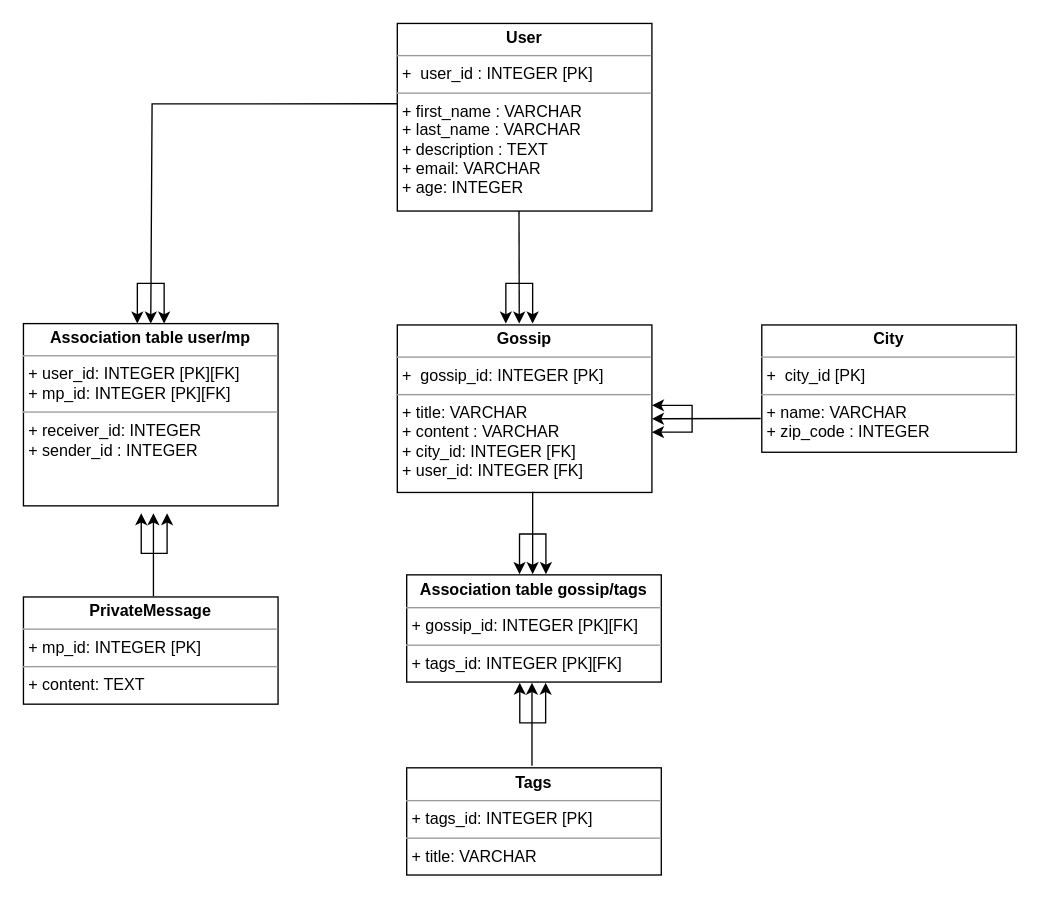
Before: page "GossipProject" (3 of 4) of BDD-Relationnelles.drawio in jocelyn-ep/S4-J4-SQL-Modelisation_database, a draw.io diagram. Source tidied: cells renumbered, new cells numbered last; positions are measured from the earlier drawing's top-left corner, leaving out a move shared by most shapes. Both pictures are drawn from the tidied source at 134%, with x=0, y=0 at pixel (23, 23).
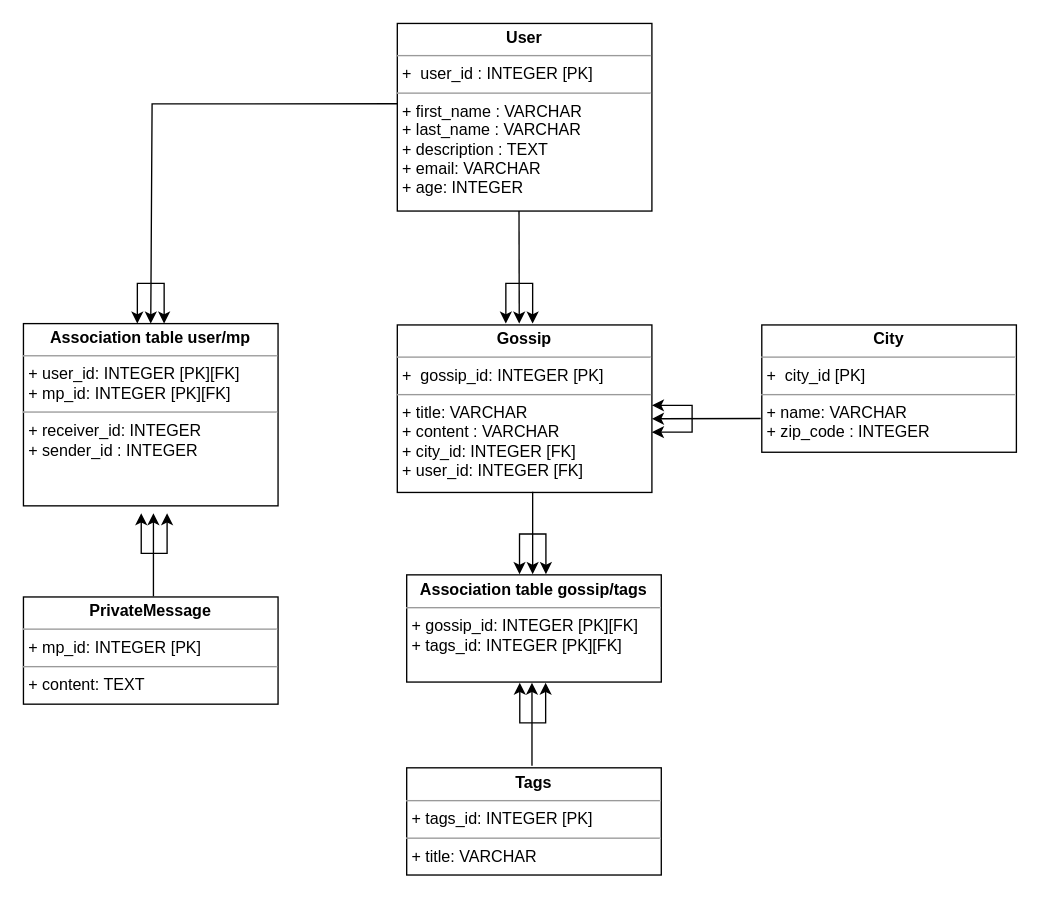
After the change.

Diff of the diagram source:
```diff
@@
-    <mxCell id="22" value="&lt;p style=&quot;margin:0px;margin-top:4px;text-align:center;&quot;&gt;&lt;b&gt;Association table gossip/tags&lt;/b&gt;&lt;/p&gt;&lt;hr size=&quot;1&quot;&gt;&lt;p style=&quot;margin:0px;margin-left:4px;&quot;&gt;+ gossip_id: INTEGER [PK][FK]&lt;br&gt;&lt;/p&gt;&lt;hr size=&quot;1&quot;&gt;&lt;p style=&quot;margin:0px;margin-left:4px;&quot;&gt;+ tags_id: INTEGER [PK][FK]&lt;/p&gt;" style="verticalAlign=top;align=left;overflow=fill;fontSize=12;fontFamily=Helvetica;html=1;rounded=0;shadow=0;comic=0;labelBackgroundColor=none;strokeWidth=1;" parent="1" vertex="1">
+    <mxCell id="22" value="&lt;p style=&quot;margin:0px;margin-top:4px;text-align:center;&quot;&gt;&lt;b&gt;Association table gossip/tags&lt;/b&gt;&lt;/p&gt;&lt;hr size=&quot;1&quot;&gt;&lt;p style=&quot;margin:0px;margin-left:4px;&quot;&gt;+ gossip_id: INTEGER [PK][FK]&lt;br&gt;&lt;/p&gt;&lt;p style=&quot;margin:0px;margin-left:4px;&quot;&gt;+ tags_id: INTEGER [PK][FK]&lt;/p&gt;" style="verticalAlign=top;align=left;overflow=fill;fontSize=12;fontFamily=Helvetica;html=1;rounded=0;shadow=0;comic=0;labelBackgroundColor=none;strokeWidth=1;" parent="1" vertex="1">
       <mxGeometry x="286" y="411.5" width="190" height="80" as="geometry" />
     </mxCell>
```
